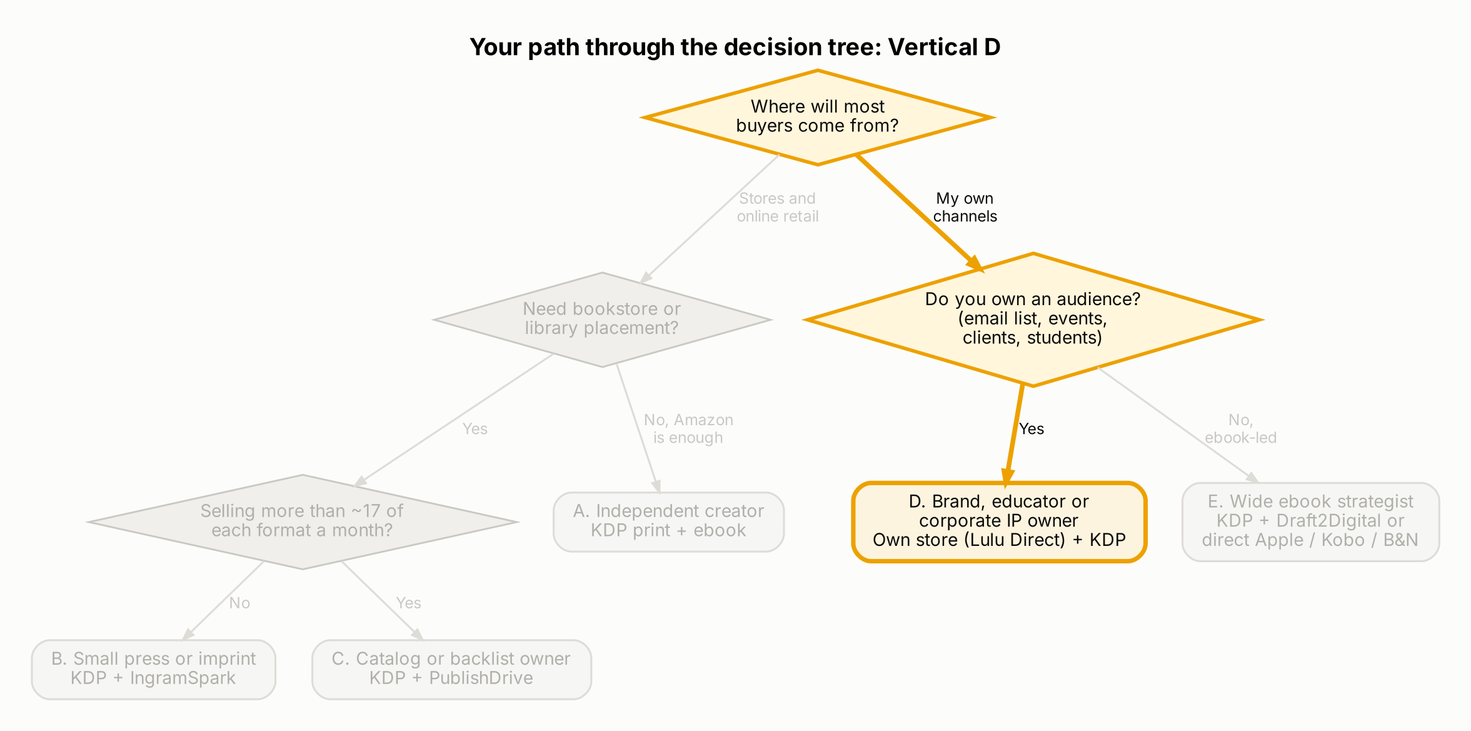
This is docs/assets/diagrams/d2_path_D.png from ShamarRobinson/ip-distribution-decision-verticals, a Graphviz export, as it was before one commit. Its source is kept beside it as diagrams/d2_path_D.dot.
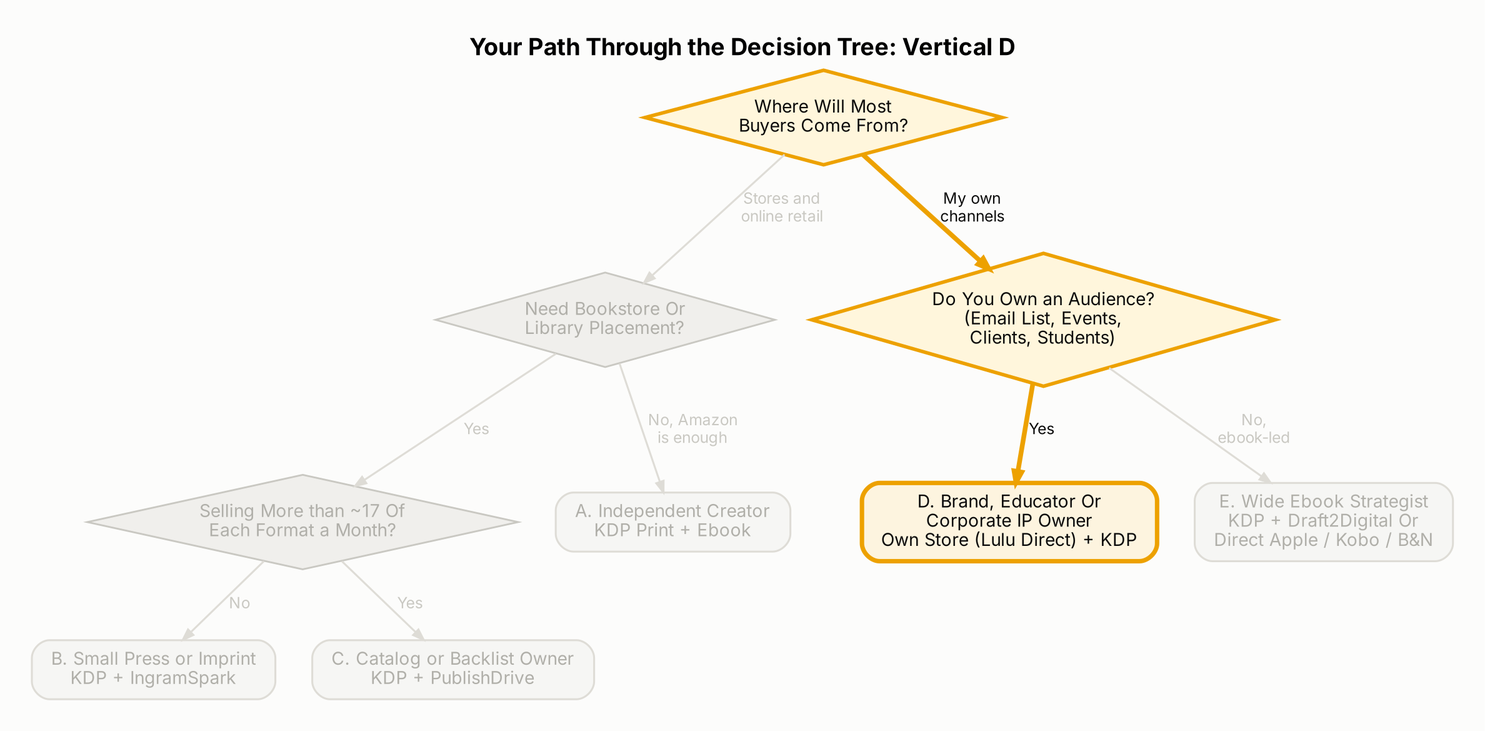
The same file after the commit.

The edit, as a diff of the source:
```diff
@@ -1,27 +1,27 @@
 digraph G { rankdir=TB; bgcolor="#fcfcfb"; pad=0.3; nodesep=0.35; ranksep=0.5;
-labelloc=t; label=<<b>Your path through the decision tree: Vertical D</b>>; fontname="Inter"; fontsize=16;
+labelloc=t; label=<<b>Your Path Through the Decision Tree: Vertical D</b>>; fontname="Inter"; fontsize=16;
 node [fontname="Inter", fontsize=12, penwidth=1.3]; edge [fontname="Inter", fontsize=10.5, arrowsize=0.75];
-q1 [label="Where will most
-buyers come from?", shape=diamond, style=filled, fillcolor="#fff6dc", color="#eda100", fontcolor="#0b0b0b", margin="0.04,0.04", penwidth=2.4];
-q2 [label="Need bookstore or
-library placement?", shape=diamond, style=filled, fillcolor="#f0efec", color="#c9c8c2", fontcolor="#b0afa9", margin="0.04,0.04", penwidth=1.2];
-q3 [label="Selling more than ~17 of
-each format a month?", shape=diamond, style=filled, fillcolor="#f0efec", color="#c9c8c2", fontcolor="#b0afa9", margin="0.04,0.04", penwidth=1.2];
-q4 [label="Do you own an audience?
-(email list, events,
-clients, students)", shape=diamond, style=filled, fillcolor="#fff6dc", color="#eda100", fontcolor="#0b0b0b", margin="0.04,0.04", penwidth=2.4];
-A [label="A. Independent creator
-KDP print + ebook", shape=box, style="rounded,filled", fillcolor="#f6f6f4", color="#dedcd6", fontcolor="#b0afa9", margin="0.18,0.1", penwidth=1.3];
-B [label="B. Small press or imprint
+q1 [label="Where Will Most
+Buyers Come From?", shape=diamond, style=filled, fillcolor="#fff6dc", color="#eda100", fontcolor="#0b0b0b", margin="0.04,0.04", penwidth=2.4];
+q2 [label="Need Bookstore Or
+Library Placement?", shape=diamond, style=filled, fillcolor="#f0efec", color="#c9c8c2", fontcolor="#b0afa9", margin="0.04,0.04", penwidth=1.2];
+q3 [label="Selling More than ~17 Of
+Each Format a Month?", shape=diamond, style=filled, fillcolor="#f0efec", color="#c9c8c2", fontcolor="#b0afa9", margin="0.04,0.04", penwidth=1.2];
+q4 [label="Do You Own an Audience?
+(Email List, Events,
+Clients, Students)", shape=diamond, style=filled, fillcolor="#fff6dc", color="#eda100", fontcolor="#0b0b0b", margin="0.04,0.04", penwidth=2.4];
+A [label="A. Independent Creator
+KDP Print + Ebook", shape=box, style="rounded,filled", fillcolor="#f6f6f4", color="#dedcd6", fontcolor="#b0afa9", margin="0.18,0.1", penwidth=1.3];
+B [label="B. Small Press or Imprint
 KDP + IngramSpark", shape=box, style="rounded,filled", fillcolor="#f6f6f4", color="#dedcd6", fontcolor="#b0afa9", margin="0.18,0.1", penwidth=1.3];
-C [label="C. Catalog or backlist owner
+C [label="C. Catalog or Backlist Owner
 KDP + PublishDrive", shape=box, style="rounded,filled", fillcolor="#f6f6f4", color="#dedcd6", fontcolor="#b0afa9", margin="0.18,0.1", penwidth=1.3];
-D [label="D. Brand, educator or
-corporate IP owner
-Own store (Lulu Direct) + KDP", shape=box, style="rounded,filled", fillcolor="#fdf4df", color="#eda100", fontcolor="#0b0b0b", margin="0.18,0.1", penwidth=3];
-E [label="E. Wide ebook strategist
-KDP + Draft2Digital or
-direct Apple / Kobo / B&N", shape=box, style="rounded,filled", fillcolor="#f6f6f4", color="#dedcd6", fontcolor="#b0afa9", margin="0.18,0.1", penwidth=1.3];
+D [label="D. Brand, Educator Or
+Corporate IP Owner
+Own Store (Lulu Direct) + KDP", shape=box, style="rounded,filled", fillcolor="#fdf4df", color="#eda100", fontcolor="#0b0b0b", margin="0.18,0.1", penwidth=3];
+E [label="E. Wide Ebook Strategist
+KDP + Draft2Digital Or
+Direct Apple / Kobo / B&N", shape=box, style="rounded,filled", fillcolor="#f6f6f4", color="#dedcd6", fontcolor="#b0afa9", margin="0.18,0.1", penwidth=1.3];
 q1 -> q2 [label="Stores and
 online retail", color="#dedcd6", fontcolor="#c9c8c2", penwidth=1.3];
 q1 -> q4 [label="My own
```
